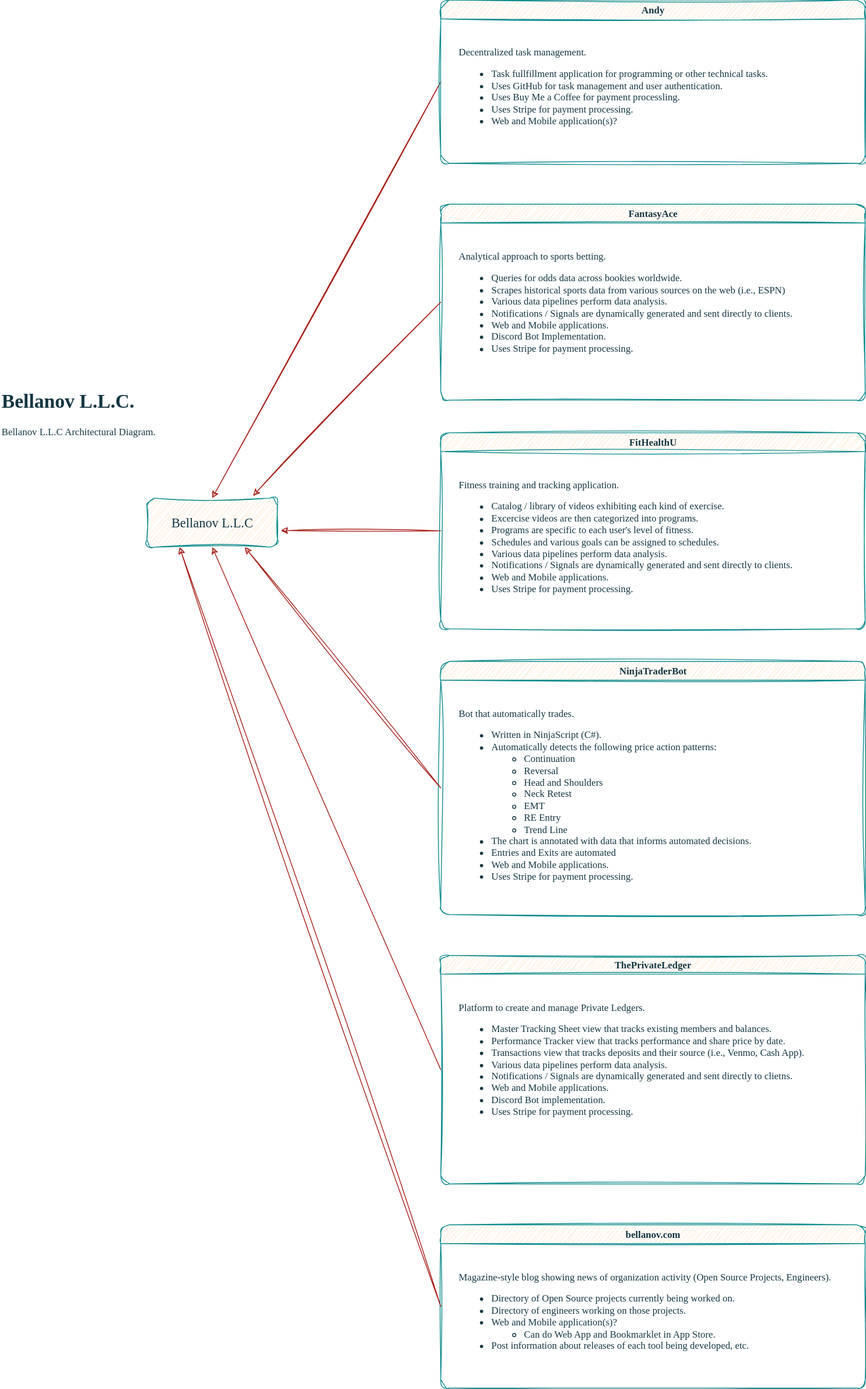
Above: diagrams/bellanov.com/Architecture.svg in bellanov/bellanov-llc (draw.io), before the change. Source tidied: cells renumbered, new cells last; positions are measured from the earlier drawing's top-left corner, leaving out a move shared by most shapes.
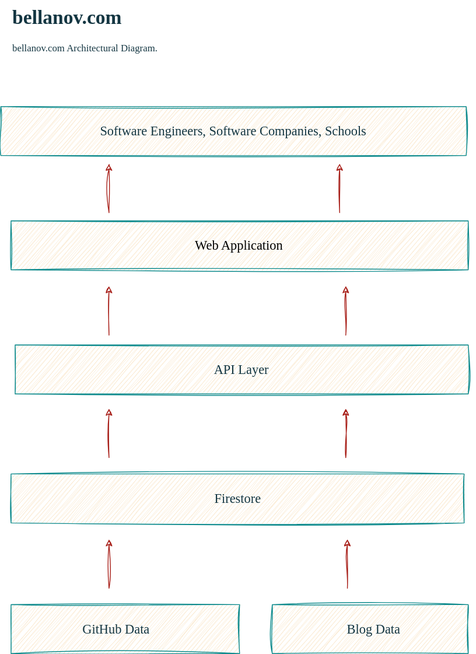
The same diagram one commit later.

Commit message:
Initial Diagram and Model

What changed in the source:
```diff
@@ -2,73 +2,110 @@
   <root>
     <mxCell id="0" />
     <mxCell id="1" parent="0" />
+    <mxCell id="24" style="group;fontFamily=Verdana;" parent="1" vertex="1">
+      <mxGeometry y="600" width="570" height="60" as="geometry" />
+    </mxCell>
+    <mxCell id="25" style="rounded=0;whiteSpace=wrap;html=1;sketch=1;curveFitting=1;jiggle=2;labelBackgroundColor=none;fillColor=#FAE5C7;strokeColor=#0F8B8D;fontColor=#143642;" parent="24" vertex="1">
+      <mxGeometry x="-12.5" width="570" height="60" as="geometry" />
+    </mxCell>
+    <mxCell id="26" value="Software Engineers, Software Companies, Schools" style="text;html=1;whiteSpace=wrap;strokeColor=none;fillColor=none;align=center;verticalAlign=middle;rounded=0;fontSize=16;sketch=1;curveFitting=1;jiggle=2;labelBackgroundColor=none;fontColor=#143642;fontFamily=Verdana;" parent="24" vertex="1">
+      <mxGeometry x="65" y="15" width="415" height="30" as="geometry" />
+    </mxCell>
+    <mxCell id="27" style="group;fontFamily=Verdana;" parent="1" vertex="1">
+      <mxGeometry x="5" y="892" width="555" height="60" as="geometry" />
+    </mxCell>
+    <mxCell id="28" style="rounded=0;whiteSpace=wrap;html=1;sketch=1;curveFitting=1;jiggle=2;labelBackgroundColor=none;fillColor=#FAE5C7;strokeColor=#0F8B8D;fontColor=#143642;" parent="27" vertex="1">
+      <mxGeometry width="555" height="60" as="geometry" />
+    </mxCell>
+    <mxCell id="29" value="API Layer" style="text;html=1;whiteSpace=wrap;strokeColor=none;fillColor=none;align=center;verticalAlign=middle;rounded=0;fontSize=16;sketch=1;curveFitting=1;jiggle=2;labelBackgroundColor=none;fontColor=#143642;fontFamily=Verdana;" parent="27" vertex="1">
+      <mxGeometry x="75.2" y="15" width="404.7" height="30" as="geometry" />
+    </mxCell>
+    <mxCell id="30" style="endArrow=classic;html=1;rounded=0;sketch=1;hachureGap=4;jiggle=2;curveFitting=1;strokeColor=#A8201A;fontFamily=Architects Daughter;fontSource=https%3A%2F%2Ffonts.googleapis.com%2Fcss%3Ffamily%3DArchitects%2BDaughter;fontColor=#143642;fillColor=#FAE5C7;" parent="1" edge="1">
+      <mxGeometry relative="1" as="geometry">
+        <mxPoint x="410" y="880" as="sourcePoint" />
+        <mxPoint x="410" y="820" as="targetPoint" />
+      </mxGeometry>
+    </mxCell>
+    <mxCell id="31" style="endArrow=classic;html=1;rounded=0;sketch=1;hachureGap=4;jiggle=2;curveFitting=1;strokeColor=#A8201A;fontFamily=Architects Daughter;fontSource=https%3A%2F%2Ffonts.googleapis.com%2Fcss%3Ffamily%3DArchitects%2BDaughter;fontColor=#143642;fillColor=#FAE5C7;" parent="1" edge="1">
+      <mxGeometry relative="1" as="geometry">
+        <mxPoint x="120" y="880" as="sourcePoint" />
+        <mxPoint x="120" y="820" as="targetPoint" />
+      </mxGeometry>
+    </mxCell>
+    <mxCell id="32" style="group;fontFamily=Verdana;" parent="1" vertex="1">
+      <mxGeometry y="740" width="560" height="60" as="geometry" />
+    </mxCell>
+    <mxCell id="33" style="rounded=0;whiteSpace=wrap;html=1;sketch=1;curveFitting=1;jiggle=2;labelBackgroundColor=none;fillColor=#FAE5C7;strokeColor=#0F8B8D;fontColor=#143642;" parent="32" vertex="1">
+      <mxGeometry width="560" height="60" as="geometry" />
+    </mxCell>
+    <mxCell id="34" value="&lt;span style=&quot;background-color: transparent; color: light-dark(rgb(0, 0, 0), rgb(255, 255, 255));&quot;&gt;Web Application&lt;/span&gt;" style="text;html=1;whiteSpace=wrap;strokeColor=none;fillColor=none;align=center;verticalAlign=middle;rounded=0;fontSize=16;sketch=1;curveFitting=1;jiggle=2;labelBackgroundColor=none;fontColor=#143642;fontFamily=Verdana;" parent="32" vertex="1">
+      <mxGeometry x="103.5" y="15" width="353" height="30" as="geometry" />
+    </mxCell>
-    <mxCell id="2" value="&lt;h1 style=&quot;margin-top: 0px;&quot;&gt;Bellanov L.L.C.&lt;/h1&gt;&lt;div&gt;Bellanov L.L.C Architectural Diagram.&lt;/div&gt;" style="text;html=1;whiteSpace=wrap;overflow=hidden;rounded=1;fontFamily=Verdana;fontColor=#143642;labelBackgroundColor=none;" parent="1" vertex="1">
+    <mxCell id="2" value="&lt;h1 style=&quot;margin-top: 0px;&quot;&gt;bellanov.com&lt;/h1&gt;&lt;div&gt;bellanov.com Architectural Diagram.&lt;/div&gt;" style="text;html=1;whiteSpace=wrap;overflow=hidden;rounded=0;fontFamily=Verdana;fontColor=#143642;" parent="1" vertex="1">
       <mxGeometry y="470" width="260" height="80" as="geometry" />
     </mxCell>
-    <mxCell id="3" style="endArrow=classic;html=1;rounded=1;sketch=1;hachureGap=4;jiggle=2;curveFitting=1;strokeColor=#A8201A;fontFamily=Architects Daughter;fontSource=https%3A%2F%2Ffonts.googleapis.com%2Fcss%3Ffamily%3DArchitects%2BDaughter;fontColor=default;fillColor=#FAE5C7;labelBackgroundColor=none;exitX=0;exitY=0.5;exitDx=0;exitDy=0;entryX=0.5;entryY=0;entryDx=0;entryDy=0;" parent="1" edge="1" source="4" target="15">
-      <mxGeometry relative="1" as="geometry" />
-    </mxCell>
-    <mxCell id="4" value="Andy" style="swimlane;whiteSpace=wrap;html=1;sketch=1;hachureGap=4;jiggle=2;curveFitting=1;fontFamily=Verdana;labelBackgroundColor=none;fillColor=#FAE5C7;strokeColor=#0F8B8D;fontColor=#143642;rounded=1;" parent="1" vertex="1">
-      <mxGeometry x="540" width="520" height="200" as="geometry" />
-    </mxCell>
-    <mxCell id="5" value="&lt;div&gt;Decentralized task management.&lt;/div&gt;&lt;div&gt;&lt;ul&gt;&lt;li&gt;Task fullfillment application for programming or other technical&lt;i&gt; &lt;/i&gt;tasks.&lt;/li&gt;&lt;li&gt;Uses GitHub for task management and user authentication.&lt;/li&gt;&lt;li&gt;Uses Buy Me a Coffee for payment processling.&lt;/li&gt;&lt;li&gt;Uses Stripe for payment processing.&lt;/li&gt;&lt;li&gt;Web and Mobile application(s)?&lt;br&gt;&lt;br&gt;&lt;/li&gt;&lt;/ul&gt;&lt;/div&gt;" style="text;html=1;whiteSpace=wrap;strokeColor=none;fillColor=none;align=left;verticalAlign=top;rounded=1;fontFamily=Lucida Console;labelBackgroundColor=none;fontColor=#143642;" parent="4" vertex="1">
-      <mxGeometry x="20" y="50" width="480" height="130" as="geometry" />
-    </mxCell>
-    <mxCell id="6" value="FantasyAce" style="swimlane;whiteSpace=wrap;html=1;sketch=1;hachureGap=4;jiggle=2;curveFitting=1;fontFamily=Verdana;labelBackgroundColor=none;fillColor=#FAE5C7;strokeColor=#0F8B8D;fontColor=#143642;rounded=1;" parent="1" vertex="1">
-      <mxGeometry x="540" y="250" width="520" height="240" as="geometry" />
-    </mxCell>
-    <mxCell id="7" value="&lt;div&gt;Analytical approach to sports betting.&lt;/div&gt;&lt;div&gt;&lt;ul&gt;&lt;li&gt;Queries for odds data across bookies worldwide.&lt;/li&gt;&lt;li&gt;Scrapes historical sports data from various sources on the web (i.e., ESPN)&lt;/li&gt;&lt;li&gt;Various data pipelines perform data analysis.&lt;/li&gt;&lt;li&gt;Notifications / Signals are dynamically generated and sent directly to clients.&lt;/li&gt;&lt;li&gt;Web and Mobile applications.&lt;/li&gt;&lt;li&gt;Discord Bot Implementation.&lt;/li&gt;&lt;li&gt;Uses Stripe for payment processing.&lt;/li&gt;&lt;/ul&gt;&lt;/div&gt;" style="text;html=1;whiteSpace=wrap;strokeColor=none;fillColor=none;align=left;verticalAlign=top;rounded=1;fontFamily=Lucida Console;labelBackgroundColor=none;fontColor=#143642;" parent="6" vertex="1">
-      <mxGeometry x="20" y="50" width="480" height="170" as="geometry" />
-    </mxCell>
-    <mxCell id="8" value="ThePrivateLedger" style="swimlane;whiteSpace=wrap;html=1;sketch=1;hachureGap=4;jiggle=2;curveFitting=1;fontFamily=Verdana;labelBackgroundColor=none;fillColor=#FAE5C7;strokeColor=#0F8B8D;fontColor=#143642;rounded=1;" parent="1" vertex="1">
-      <mxGeometry x="540" y="1170" width="520" height="280" as="geometry" />
-    </mxCell>
-    <mxCell id="9" value="&lt;div&gt;Platform to create and manage Private Ledgers.&lt;/div&gt;&lt;div&gt;&lt;ul&gt;&lt;li&gt;Master Tracking Sheet view that tracks existing members and balances.&lt;/li&gt;&lt;li&gt;Performance Tracker view that tracks performance and share price by date.&lt;/li&gt;&lt;li&gt;Transactions view that tracks deposits and their source (i.e., Venmo, Cash App).&lt;/li&gt;&lt;li&gt;Various data pipelines perform data analysis.&lt;/li&gt;&lt;li&gt;Notifications / Signals are dynamically generated and sent directly to clietns.&lt;/li&gt;&lt;li&gt;Web and Mobile applications.&lt;/li&gt;&lt;li&gt;Discord Bot implementation.&lt;/li&gt;&lt;li&gt;Uses Stripe for payment processing.&lt;/li&gt;&lt;/ul&gt;&lt;/div&gt;" style="text;html=1;whiteSpace=wrap;strokeColor=none;fillColor=none;align=left;verticalAlign=top;rounded=1;fontFamily=Lucida Console;labelBackgroundColor=none;fontColor=#143642;" parent="8" vertex="1">
-      <mxGeometry x="20" y="50" width="480" height="180" as="geometry" />
-    </mxCell>
-    <mxCell id="10" value="FitHealthU" style="swimlane;whiteSpace=wrap;html=1;sketch=1;hachureGap=4;jiggle=2;curveFitting=1;fontFamily=Verdana;labelBackgroundColor=none;fillColor=#FAE5C7;strokeColor=#0F8B8D;fontColor=#143642;rounded=1;" parent="1" vertex="1">
-      <mxGeometry x="540" y="530" width="520" height="240" as="geometry" />
-    </mxCell>
-    <mxCell id="11" value="&lt;div&gt;Fitness training and tracking application.&lt;/div&gt;&lt;div&gt;&lt;ul&gt;&lt;li&gt;Catalog / library of videos exhibiting each kind of exercise.&lt;/li&gt;&lt;li&gt;Excercise videos are then categorized into programs.&lt;/li&gt;&lt;li&gt;Programs are specific to each user's level of fitness.&lt;/li&gt;&lt;li&gt;Schedules and various goals can be assigned to schedules.&lt;/li&gt;&lt;li&gt;Various data pipelines perform data analysis.&lt;/li&gt;&lt;li&gt;Notifications / Signals are dynamically generated and sent directly to clients.&lt;/li&gt;&lt;li&gt;Web and Mobile applications.&lt;/li&gt;&lt;li&gt;Uses Stripe for payment processing.&lt;/li&gt;&lt;/ul&gt;&lt;/div&gt;" style="text;html=1;whiteSpace=wrap;strokeColor=none;fillColor=none;align=left;verticalAlign=top;rounded=1;fontFamily=Lucida Console;labelBackgroundColor=none;fontColor=#143642;" parent="10" vertex="1">
-      <mxGeometry x="20" y="50" width="490" height="180" as="geometry" />
-    </mxCell>
-    <mxCell id="12" value="NinjaTraderBot" style="swimlane;whiteSpace=wrap;html=1;sketch=1;hachureGap=4;jiggle=2;curveFitting=1;fontFamily=Verdana;labelBackgroundColor=none;fillColor=#FAE5C7;strokeColor=#0F8B8D;fontColor=#143642;rounded=1;" parent="1" vertex="1">
-      <mxGeometry x="540" y="810" width="520" height="310" as="geometry" />
-    </mxCell>
-    <mxCell id="13" value="&lt;div&gt;Bot that automatically trades.&lt;/div&gt;&lt;div&gt;&lt;ul&gt;&lt;li&gt;Written in NinjaScript (C#).&lt;/li&gt;&lt;li&gt;Automatically detects the following price action patterns:&lt;/li&gt;&lt;ul&gt;&lt;li&gt;Continuation&lt;/li&gt;&lt;li&gt;Reversal&lt;/li&gt;&lt;li&gt;Head and Shoulders&lt;/li&gt;&lt;li&gt;Neck Retest&lt;/li&gt;&lt;li&gt;EMT&lt;/li&gt;&lt;li&gt;RE Entry&lt;/li&gt;&lt;li&gt;Trend Line&lt;/li&gt;&lt;/ul&gt;&lt;li&gt;&lt;span style=&quot;background-color: transparent; color: light-dark(rgb(20, 54, 66), rgb(173, 202, 213));&quot;&gt;The chart is annotated with data that informs automated decisions.&lt;/span&gt;&lt;/li&gt;&lt;li&gt;&lt;span style=&quot;background-color: transparent; color: light-dark(rgb(20, 54, 66), rgb(173, 202, 213));&quot;&gt;Entries and Exits are automated&lt;/span&gt;&lt;/li&gt;&lt;li&gt;Web and Mobile applications.&lt;/li&gt;&lt;li&gt;Uses Stripe for payment processing.&lt;/li&gt;&lt;/ul&gt;&lt;/div&gt;" style="text;html=1;whiteSpace=wrap;strokeColor=none;fillColor=none;align=left;verticalAlign=top;rounded=1;fontFamily=Lucida Console;labelBackgroundColor=none;fontColor=#143642;" parent="12" vertex="1">
-      <mxGeometry x="20" y="50" width="480" height="240" as="geometry" />
-    </mxCell>
-    <mxCell id="14" style="group;rounded=1;" parent="1" vertex="1">
-      <mxGeometry x="180" y="610" width="160" height="60" as="geometry" />
-    </mxCell>
-    <mxCell id="15" style="rounded=1;whiteSpace=wrap;html=1;sketch=1;curveFitting=1;jiggle=2;labelBackgroundColor=none;fillColor=#FAE5C7;strokeColor=#0F8B8D;fontColor=#143642;" parent="14" vertex="1">
-      <mxGeometry width="160" height="60" as="geometry" />
-    </mxCell>
-    <mxCell id="16" value="Bellanov L.L.C" style="text;html=1;whiteSpace=wrap;strokeColor=none;fillColor=none;align=center;verticalAlign=middle;rounded=1;fontSize=16;sketch=1;curveFitting=1;jiggle=2;labelBackgroundColor=none;fontColor=#143642;fontFamily=Verdana;" parent="14" vertex="1">
-      <mxGeometry x="10" y="15" width="140" height="30" as="geometry" />
-    </mxCell>
-    <mxCell id="17" style="endArrow=classic;html=1;rounded=1;sketch=1;hachureGap=4;jiggle=2;curveFitting=1;strokeColor=#A8201A;fontFamily=Architects Daughter;fontSource=https%3A%2F%2Ffonts.googleapis.com%2Fcss%3Ffamily%3DArchitects%2BDaughter;fontColor=default;fillColor=#FAE5C7;labelBackgroundColor=none;exitX=0;exitY=0.5;exitDx=0;exitDy=0;" parent="1" edge="1" source="6">
-      <mxGeometry relative="1" as="geometry">
-        <mxPoint x="310" y="607" as="targetPoint" />
-      </mxGeometry>
-    </mxCell>
-    <mxCell id="18" style="endArrow=classic;html=1;rounded=1;sketch=1;hachureGap=4;jiggle=2;curveFitting=1;strokeColor=#A8201A;fontFamily=Architects Daughter;fontSource=https%3A%2F%2Ffonts.googleapis.com%2Fcss%3Ffamily%3DArchitects%2BDaughter;fontColor=default;fillColor=#FAE5C7;labelBackgroundColor=none;exitX=0;exitY=0.5;exitDx=0;exitDy=0;entryX=0.5;entryY=1;entryDx=0;entryDy=0;" parent="1" edge="1" source="8" target="15">
-      <mxGeometry relative="1" as="geometry" />
-    </mxCell>
-    <mxCell id="19" style="endArrow=classic;html=1;rounded=1;sketch=1;hachureGap=4;jiggle=2;curveFitting=1;strokeColor=#A8201A;fontFamily=Architects Daughter;fontSource=https%3A%2F%2Ffonts.googleapis.com%2Fcss%3Ffamily%3DArchitects%2BDaughter;fontColor=default;fillColor=#FAE5C7;labelBackgroundColor=none;exitX=0;exitY=0.5;exitDx=0;exitDy=0;entryX=1.026;entryY=0.663;entryDx=0;entryDy=0;entryPerimeter=0;" parent="1" edge="1" source="10" target="15">
-      <mxGeometry relative="1" as="geometry" />
-    </mxCell>
-    <mxCell id="20" style="endArrow=classic;html=1;rounded=1;sketch=1;hachureGap=4;jiggle=2;curveFitting=1;strokeColor=#A8201A;fontFamily=Architects Daughter;fontSource=https%3A%2F%2Ffonts.googleapis.com%2Fcss%3Ffamily%3DArchitects%2BDaughter;fontColor=default;fillColor=#FAE5C7;labelBackgroundColor=none;entryX=0.75;entryY=1;entryDx=0;entryDy=0;exitX=0;exitY=0.5;exitDx=0;exitDy=0;" parent="1" edge="1" source="12" target="15">
-      <mxGeometry relative="1" as="geometry" />
-    </mxCell>
-    <mxCell id="21" value="bellanov.com" style="swimlane;whiteSpace=wrap;html=1;sketch=1;hachureGap=4;jiggle=2;curveFitting=1;fontFamily=Verdana;labelBackgroundColor=none;fillColor=#FAE5C7;strokeColor=#0F8B8D;fontColor=#143642;rounded=1;" parent="1" vertex="1">
-      <mxGeometry x="540" y="1500" width="520" height="200" as="geometry" />
-    </mxCell>
-    <mxCell id="22" value="&lt;div&gt;Magazine-style blog showing news of organization activity (Open Source Projects, Engineers).&lt;/div&gt;&lt;div&gt;&lt;ul&gt;&lt;li&gt;Directory of Open Source projects currently being worked on.&lt;/li&gt;&lt;li&gt;Directory of engineers working on those projects.&lt;/li&gt;&lt;li&gt;Web and Mobile application(s)?&lt;/li&gt;&lt;ul&gt;&lt;li&gt;Can do Web App and Bookmarklet in App Store.&lt;/li&gt;&lt;/ul&gt;&lt;li&gt;Post information about releases of each tool being developed, etc.&lt;/li&gt;&lt;/ul&gt;&lt;/div&gt;" style="text;html=1;whiteSpace=wrap;strokeColor=none;fillColor=none;align=left;verticalAlign=top;rounded=1;fontFamily=Lucida Console;labelBackgroundColor=none;fontColor=#143642;" parent="21" vertex="1">
-      <mxGeometry x="20" y="50" width="480" height="130" as="geometry" />
-    </mxCell>
-    <mxCell id="23" style="endArrow=classic;html=1;rounded=1;sketch=1;hachureGap=4;jiggle=2;curveFitting=1;strokeColor=#A8201A;fontFamily=Architects Daughter;fontSource=https%3A%2F%2Ffonts.googleapis.com%2Fcss%3Ffamily%3DArchitects%2BDaughter;fontColor=default;fillColor=#FAE5C7;labelBackgroundColor=none;exitX=0;exitY=0.5;exitDx=0;exitDy=0;entryX=0.25;entryY=1;entryDx=0;entryDy=0;" parent="1" edge="1" source="21" target="15">
-      <mxGeometry relative="1" as="geometry" />
-    </mxCell>
+    <mxCell id="35" style="endArrow=classic;html=1;rounded=0;sketch=1;hachureGap=4;jiggle=2;curveFitting=1;strokeColor=#A8201A;fontFamily=Architects Daughter;fontSource=https%3A%2F%2Ffonts.googleapis.com%2Fcss%3Ffamily%3DArchitects%2BDaughter;fontColor=#143642;fillColor=#FAE5C7;" parent="1" edge="1">
+      <mxGeometry relative="1" as="geometry">
+        <mxPoint x="402.5" y="730" as="sourcePoint" />
+        <mxPoint x="402.5" y="670" as="targetPoint" />
+      </mxGeometry>
+    </mxCell>
+    <mxCell id="36" style="endArrow=classic;html=1;rounded=0;sketch=1;hachureGap=4;jiggle=2;curveFitting=1;strokeColor=#A8201A;fontFamily=Architects Daughter;fontSource=https%3A%2F%2Ffonts.googleapis.com%2Fcss%3Ffamily%3DArchitects%2BDaughter;fontColor=#143642;fillColor=#FAE5C7;" parent="1" edge="1">
+      <mxGeometry relative="1" as="geometry">
+        <mxPoint x="120" y="730" as="sourcePoint" />
+        <mxPoint x="120" y="670" as="targetPoint" />
+      </mxGeometry>
+    </mxCell>
+    <mxCell id="37" style="group;" parent="1" vertex="1">
+      <mxGeometry y="1210" width="280" height="60" as="geometry" />
+    </mxCell>
+    <mxCell id="38" style="rounded=0;whiteSpace=wrap;html=1;sketch=1;curveFitting=1;jiggle=2;labelBackgroundColor=none;fillColor=#FAE5C7;strokeColor=#0F8B8D;fontColor=#143642;" parent="37" vertex="1">
+      <mxGeometry width="280" height="60" as="geometry" />
+    </mxCell>
+    <mxCell id="39" value="GitHub Data" style="text;html=1;whiteSpace=wrap;strokeColor=none;fillColor=none;align=center;verticalAlign=middle;rounded=0;fontFamily=Verdana;fontColor=#143642;fontSize=16;" parent="37" vertex="1">
+      <mxGeometry x="54.4" y="10" width="149.7" height="40" as="geometry" />
+    </mxCell>
+    <mxCell id="40" style="group;" parent="1" vertex="1">
+      <mxGeometry y="1050" width="555" height="60" as="geometry" />
+    </mxCell>
+    <mxCell id="41" style="rounded=0;whiteSpace=wrap;html=1;sketch=1;curveFitting=1;jiggle=2;labelBackgroundColor=none;fillColor=#FAE5C7;strokeColor=#0F8B8D;fontColor=#143642;" parent="40" vertex="1">
+      <mxGeometry width="555" height="60" as="geometry" />
+    </mxCell>
+    <mxCell id="42" value="Firestore" style="text;html=1;whiteSpace=wrap;strokeColor=none;fillColor=none;align=center;verticalAlign=middle;rounded=0;fontFamily=Verdana;fontColor=#143642;fontSize=16;" parent="40" vertex="1">
+      <mxGeometry x="116.7" y="10" width="321.5" height="40" as="geometry" />
+    </mxCell>
+    <mxCell id="43" style="endArrow=classic;html=1;rounded=0;sketch=1;hachureGap=4;jiggle=2;curveFitting=1;strokeColor=#A8201A;fontFamily=Architects Daughter;fontSource=https%3A%2F%2Ffonts.googleapis.com%2Fcss%3Ffamily%3DArchitects%2BDaughter;fontColor=#143642;fillColor=#FAE5C7;" parent="1" edge="1">
+      <mxGeometry relative="1" as="geometry">
+        <mxPoint x="120" y="1030" as="sourcePoint" />
+        <mxPoint x="120" y="970" as="targetPoint" />
+      </mxGeometry>
+    </mxCell>
+    <mxCell id="44" style="endArrow=classic;html=1;rounded=0;sketch=1;hachureGap=4;jiggle=2;curveFitting=1;strokeColor=#A8201A;fontFamily=Architects Daughter;fontSource=https%3A%2F%2Ffonts.googleapis.com%2Fcss%3Ffamily%3DArchitects%2BDaughter;fontColor=#143642;fillColor=#FAE5C7;" parent="1" edge="1">
+      <mxGeometry relative="1" as="geometry">
+        <mxPoint x="410" y="1030" as="sourcePoint" />
+        <mxPoint x="410" y="970" as="targetPoint" />
+      </mxGeometry>
+    </mxCell>
+    <mxCell id="45" style="group;" parent="1" vertex="1">
+      <mxGeometry x="330" y="1210" width="230" height="60" as="geometry" />
+    </mxCell>
+    <mxCell id="46" style="rounded=0;whiteSpace=wrap;html=1;sketch=1;curveFitting=1;jiggle=2;labelBackgroundColor=none;fillColor=#FAE5C7;strokeColor=#0F8B8D;fontColor=#143642;" parent="45" vertex="1">
+      <mxGeometry x="-10" width="240" height="60" as="geometry" />
+    </mxCell>
+    <mxCell id="47" value="Blog Data" style="text;html=1;whiteSpace=wrap;strokeColor=none;fillColor=none;align=center;verticalAlign=middle;rounded=0;fontFamily=Verdana;fontColor=#143642;fontSize=16;" parent="45" vertex="1">
+      <mxGeometry x="48.4" y="10" width="133.2" height="40" as="geometry" />
+    </mxCell>
+    <mxCell id="48" style="endArrow=classic;html=1;rounded=0;sketch=1;hachureGap=4;jiggle=2;curveFitting=1;strokeColor=#A8201A;fontFamily=Architects Daughter;fontSource=https%3A%2F%2Ffonts.googleapis.com%2Fcss%3Ffamily%3DArchitects%2BDaughter;fontColor=#143642;fillColor=#FAE5C7;" parent="1" edge="1">
+      <mxGeometry relative="1" as="geometry">
+        <mxPoint x="120" y="1190" as="sourcePoint" />
+        <mxPoint x="120" y="1130" as="targetPoint" />
+      </mxGeometry>
+    </mxCell>
+    <mxCell id="49" style="endArrow=classic;html=1;rounded=0;sketch=1;hachureGap=4;jiggle=2;curveFitting=1;strokeColor=#A8201A;fontFamily=Architects Daughter;fontSource=https%3A%2F%2Ffonts.googleapis.com%2Fcss%3Ffamily%3DArchitects%2BDaughter;fontColor=#143642;fillColor=#FAE5C7;" parent="1" edge="1">
+      <mxGeometry relative="1" as="geometry">
+        <mxPoint x="412" y="1190" as="sourcePoint" />
+        <mxPoint x="412" y="1130" as="targetPoint" />
+      </mxGeometry>
+    </mxCell>
   </root>
 </mxGraphModel>
```
